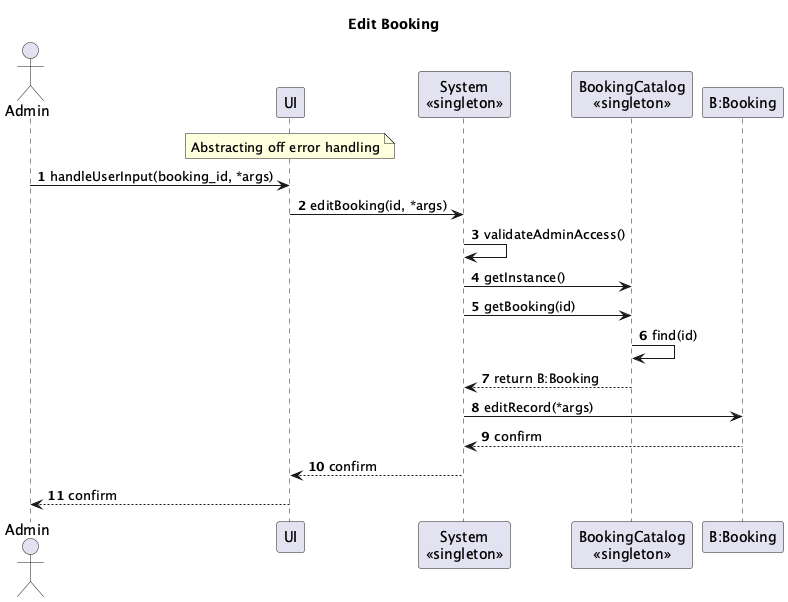
This is System-Diagrams/UML Interaction/Admin/Admin-Interaction-Diagrams_004.png from vibqetowi/soen-342-project, a PlantUML export, as it was before one commit.
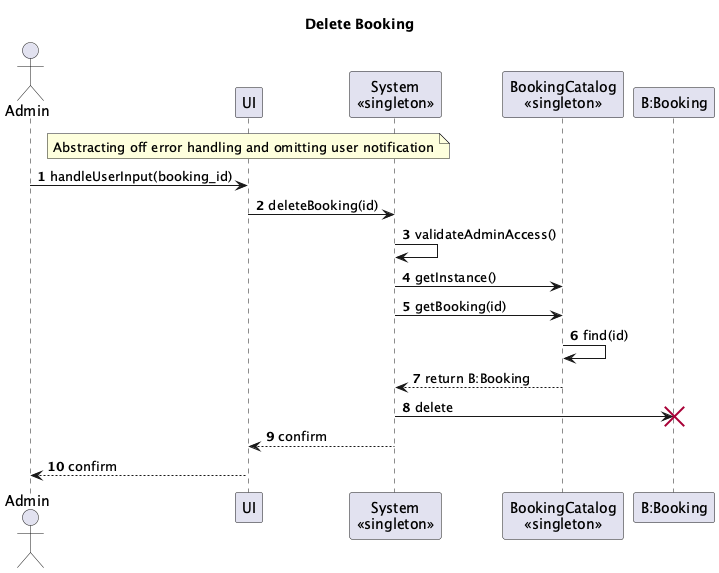
After the change.

The edit, as a diff of the source:
```diff
@@ -5,25 +5,23 @@
 participant "BookingCatalog\n<<singleton>>" as BookingCatalog
 participant "B:Booking" as Booking
 
-title Edit Booking
-
+title Delete Booking
 note over UI
-Abstracting off error handling
+Abstracting off error handling and omitting user notification
 end note
 
 autonumber
 
-Admin -> UI: handleUserInput(booking_id, *args)
-UI -> System: editBooking(id, *args)
+Admin -> UI: handleUserInput(booking_id)
+UI -> System: deleteBooking(id)
 
-System -> System: validateAdminAccess()
-System -> BookingCatalog: getInstance()
-System -> BookingCatalog: getBooking(id)
-BookingCatalog -> BookingCatalog: find(id)
-BookingCatalog --> System: return B:Booking
+    System -> System: validateAdminAccess()
+    System -> BookingCatalog: getInstance()
+    System -> BookingCatalog: getBooking(id)
+    BookingCatalog -> BookingCatalog: find(id)
+    BookingCatalog --> System: return B:Booking
+    System -> Booking !!: delete
+    System --> UI: confirm
+    UI --> Admin: confirm
 
-System -> Booking: editRecord(*args)
-Booking --> System: confirm
-System --> UI: confirm
-UI --> Admin: confirm
 @enduml
```
